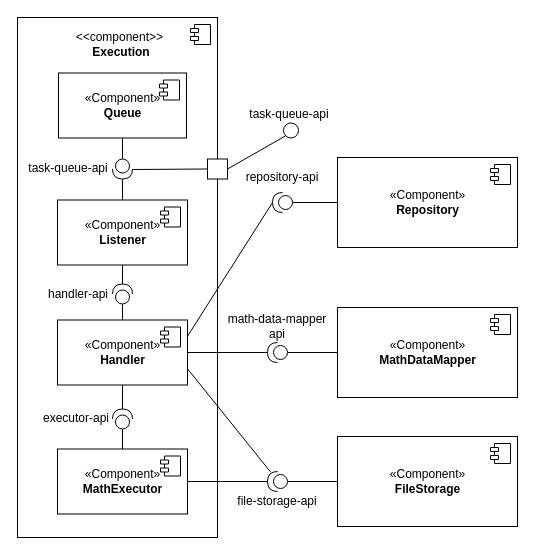
The draw.io diagram master/sources/diploma/architecture/diagrams/executor/component_detailed.drawio in stalker-fc/diploma, before the edit. Source tidied: cells renumbered, new cells numbered last; positions are measured from the earlier drawing's top-left corner, leaving out a move shared by most shapes. Both pictures are drawn from the tidied source at 100%, with x=0, y=0 at pixel (17, 17).
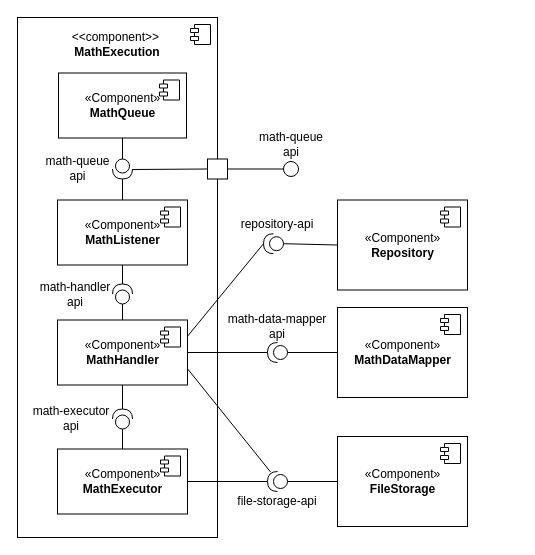
Above is the later version.

Unchanged cells that the change refers to:
```xml
<mxCell id="45" style="whiteSpace=wrap;html=1;" parent="1" vertex="1">
  <mxGeometry x="190" y="141.5" width="20" height="20" as="geometry" />
</mxCell>
```

Change to the diagram source:
```diff
@@
-    <mxCell id="4" value="&amp;lt;&amp;lt;component&amp;gt;&amp;gt;&amp;nbsp;&lt;br&gt;&lt;b&gt;Execution&lt;/b&gt;" style="text;html=1;strokeColor=none;fillColor=none;align=center;verticalAlign=middle;whiteSpace=wrap;rounded=0;" parent="1" vertex="1">
-      <mxGeometry x="74" y="11.5" width="60" height="30" as="geometry" />
+    <mxCell id="4" value="&amp;lt;&amp;lt;component&amp;gt;&amp;gt;&amp;nbsp;&lt;br&gt;&lt;b&gt;MathExecution&lt;/b&gt;" style="text;html=1;strokeColor=none;fillColor=none;align=center;verticalAlign=middle;whiteSpace=wrap;rounded=0;" parent="1" vertex="1">
+      <mxGeometry x="48" y="11.5" width="104" height="30" as="geometry" />
     </mxCell>
@@
-    <mxCell id="12" value="«Component»&lt;br&gt;&lt;b&gt;Handler&lt;/b&gt;" style="html=1;" parent="1" vertex="1">
+    <mxCell id="12" value="«Component»&lt;br&gt;&lt;b&gt;MathHandler&lt;/b&gt;" style="html=1;" parent="1" vertex="1">
       <mxGeometry x="40" y="302.5" width="130" height="65" as="geometry" />
     </mxCell>
@@
-    <mxCell id="15" value="«Component»&lt;br&gt;&lt;b&gt;Listener&lt;/b&gt;" style="html=1;" parent="1" vertex="1">
+    <mxCell id="15" value="«Component»&lt;br&gt;&lt;b&gt;MathListener&lt;/b&gt;" style="html=1;" parent="1" vertex="1">
       <mxGeometry x="40" y="182.5" width="130" height="65" as="geometry" />
     </mxCell>
@@
-    <mxCell id="18" value="«Component»&lt;br&gt;&lt;b&gt;Queue&lt;/b&gt;" style="html=1;" parent="1" vertex="1">
+    <mxCell id="18" value="«Component»&lt;br&gt;&lt;b&gt;MathQueue&lt;/b&gt;" style="html=1;" parent="1" vertex="1">
       <mxGeometry x="41" y="55.5" width="128" height="65" as="geometry" />
     </mxCell>
@@
     <mxCell id="22" value="«Component»&lt;br&gt;&lt;b&gt;FileStorage&lt;/b&gt;" style="html=1;fillColor=default;" parent="1" vertex="1">
-      <mxGeometry x="320" y="419" width="180" height="90" as="geometry" />
+      <mxGeometry x="320" y="419" width="130" height="90" as="geometry" />
     </mxCell>
@@
-    <mxCell id="30" value="handler-api" style="text;html=1;strokeColor=none;fillColor=none;align=center;verticalAlign=middle;whiteSpace=wrap;rounded=0;" parent="1" vertex="1">
-      <mxGeometry x="15.5" y="261.5" width="90" height="30" as="geometry" />
+    <mxCell id="30" value="math-handler&lt;br&gt;api" style="text;html=1;strokeColor=none;fillColor=none;align=center;verticalAlign=middle;whiteSpace=wrap;rounded=0;" parent="1" vertex="1">
+      <mxGeometry x="12.5" y="261.5" width="90" height="30" as="geometry" />
     </mxCell>
     <mxCell id="31" value="«Component»&lt;br&gt;&lt;b&gt;Repository&lt;/b&gt;" style="html=1;fillColor=default;" parent="1" vertex="1">
-      <mxGeometry x="320" y="140" width="180" height="90" as="geometry" />
+      <mxGeometry x="320" y="182.5" width="130" height="90" as="geometry" />
     </mxCell>
@@
     <mxCell id="34" style="shape=providedRequiredInterface;html=1;verticalLabelPosition=bottom;sketch=0;fillColor=default;direction=west;" parent="1" vertex="1">
-      <mxGeometry x="255" y="175" width="20" height="20" as="geometry" />
+      <mxGeometry x="246" y="216.2" width="20" height="20" as="geometry" />
     </mxCell>
     <mxCell id="35" value="repository-api" style="text;html=1;strokeColor=none;fillColor=none;align=center;verticalAlign=middle;whiteSpace=wrap;rounded=0;" parent="1" vertex="1">
-      <mxGeometry x="220" y="145" width="90" height="30" as="geometry" />
+      <mxGeometry x="215" y="192.2" width="90" height="30" as="geometry" />
     </mxCell>
     <mxCell id="36" value="«Component»&lt;br&gt;&lt;b&gt;MathDataMapper&lt;/b&gt;" style="html=1;fillColor=default;" parent="1" vertex="1">
-      <mxGeometry x="320" y="290" width="180" height="90" as="geometry" />
+      <mxGeometry x="320" y="290" width="130" height="90" as="geometry" />
     </mxCell>
@@
-    <mxCell id="41" value="executor-api" style="text;html=1;strokeColor=none;fillColor=none;align=center;verticalAlign=middle;whiteSpace=wrap;rounded=0;" parent="1" vertex="1">
-      <mxGeometry x="14" y="385.5" width="90" height="30" as="geometry" />
+    <mxCell id="41" value="math-executor&lt;br&gt;api" style="text;html=1;strokeColor=none;fillColor=none;align=center;verticalAlign=middle;whiteSpace=wrap;rounded=0;" parent="1" vertex="1">
+      <mxGeometry x="9" y="385.5" width="90" height="30" as="geometry" />
     </mxCell>
     <mxCell id="42" style="ellipse;whiteSpace=wrap;html=1;" parent="1" vertex="1">
-      <mxGeometry x="266" y="105.5" width="15" height="15" as="geometry" />
+      <mxGeometry x="266" y="144" width="15" height="15" as="geometry" />
     </mxCell>
-    <mxCell id="43" style="edgeStyle=none;rounded=0;jettySize=auto;html=1;exitX=1;exitY=0.5;exitDx=0;exitDy=0;entryX=0;entryY=1;entryDx=0;entryDy=0;endArrow=none;endFill=0;" parent="1" edge="1" source="45" target="42">
+    <mxCell id="43" style="edgeStyle=none;rounded=0;jettySize=auto;html=1;exitX=1;exitY=0.5;exitDx=0;exitDy=0;entryX=0;entryY=0.5;entryDx=0;entryDy=0;endArrow=none;endFill=0;" parent="1" edge="1" source="45" target="42">
       <mxGeometry relative="1" as="geometry" />
     </mxCell>
@@
-    <mxCell id="46" value="task-queue-api" style="text;html=1;strokeColor=none;fillColor=none;align=center;verticalAlign=middle;whiteSpace=wrap;rounded=0;" parent="1" vertex="1">
-      <mxGeometry x="6" y="135.5" width="90" height="30" as="geometry" />
+    <mxCell id="46" value="math-queue&lt;br&gt;api" style="text;html=1;strokeColor=none;fillColor=none;align=center;verticalAlign=middle;whiteSpace=wrap;rounded=0;" parent="1" vertex="1">
+      <mxGeometry x="24" y="135.5" width="73" height="30" as="geometry" />
     </mxCell>
@@
-    <mxCell id="48" value="task-queue-api" style="text;html=1;strokeColor=none;fillColor=none;align=center;verticalAlign=middle;whiteSpace=wrap;rounded=0;" parent="1" vertex="1">
-      <mxGeometry x="227" y="81.5" width="90" height="30" as="geometry" />
+    <mxCell id="48" value="math-queue&lt;br&gt;api" style="text;html=1;strokeColor=none;fillColor=none;align=center;verticalAlign=middle;whiteSpace=wrap;rounded=0;" parent="1" vertex="1">
+      <mxGeometry x="228.5" y="111.5" width="90" height="30" as="geometry" />
     </mxCell>
```
